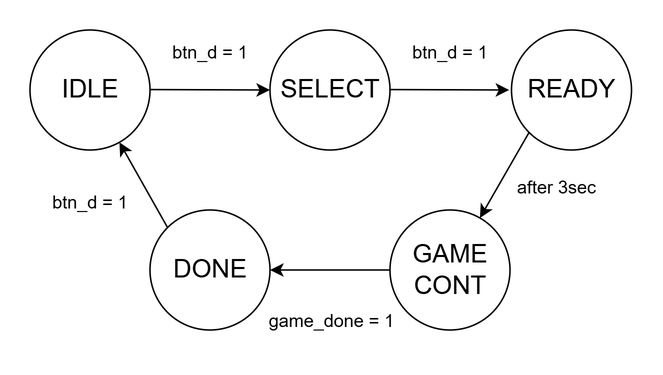
Before: images/vga_maincontrol_fsm.png, a diagram exported from draw.io (taeseong-dev/vga_rhythm_game). Source tidied: cells renumbered, new cells last; positions are measured from the earlier drawing's top-left corner, leaving out a move shared by most shapes. Source of this version:
```xml
<mxGraphModel>
  <root>
    <mxCell id="0" />
    <mxCell id="1" parent="0" />
    <mxCell id="2" value="IDLE" style="ellipse;whiteSpace=wrap;html=1;fontSize=17;" parent="1" vertex="1">
      <mxGeometry width="80" height="80" as="geometry" />
    </mxCell>
    <mxCell id="3" value="SELECT" style="ellipse;whiteSpace=wrap;html=1;fontSize=17;" parent="1" vertex="1">
      <mxGeometry x="160" width="80" height="80" as="geometry" />
    </mxCell>
    <mxCell id="4" value="READY" style="ellipse;whiteSpace=wrap;html=1;fontSize=17;" parent="1" vertex="1">
      <mxGeometry x="321" width="80" height="80" as="geometry" />
    </mxCell>
    <mxCell id="5" value="GAME&lt;div&gt;CONT&lt;/div&gt;" style="ellipse;whiteSpace=wrap;html=1;fontSize=17;" parent="1" vertex="1">
      <mxGeometry x="240" y="120" width="80" height="80" as="geometry" />
    </mxCell>
    <mxCell id="6" value="DONE" style="ellipse;whiteSpace=wrap;html=1;fontSize=17;" parent="1" vertex="1">
      <mxGeometry x="80" y="120" width="80" height="80" as="geometry" />
    </mxCell>
    <mxCell id="7" style="endArrow=classic;html=1;rounded=0;entryX=0;entryY=0.5;entryDx=0;entryDy=0;" parent="1" edge="1" target="3">
      <mxGeometry relative="1" as="geometry">
        <mxPoint x="80" y="39.7" as="sourcePoint" />
      </mxGeometry>
    </mxCell>
    <mxCell id="8" value="btn_d = 1" style="text;html=1;whiteSpace=wrap;strokeColor=none;fillColor=none;align=center;verticalAlign=middle;rounded=0;" parent="1" vertex="1">
      <mxGeometry x="90" width="60" height="30" as="geometry" />
    </mxCell>
    <mxCell id="9" style="endArrow=classic;html=1;rounded=0;entryX=0;entryY=0.5;entryDx=0;entryDy=0;" parent="1" edge="1">
      <mxGeometry relative="1" as="geometry">
        <mxPoint x="239.5" y="39.7" as="sourcePoint" />
        <mxPoint x="319.5" y="40" as="targetPoint" />
      </mxGeometry>
    </mxCell>
    <mxCell id="10" value="btn_d = 1" style="text;html=1;whiteSpace=wrap;strokeColor=none;fillColor=none;align=center;verticalAlign=middle;rounded=0;" parent="1" vertex="1">
      <mxGeometry x="249.5" width="60" height="30" as="geometry" />
    </mxCell>
    <mxCell id="11" style="endArrow=classic;html=1;rounded=0;exitX=0;exitY=1;exitDx=0;exitDy=0;" parent="1" edge="1" source="4" target="5">
      <mxGeometry relative="1" as="geometry" />
    </mxCell>
    <mxCell id="12" value="after 3sec" style="text;html=1;whiteSpace=wrap;strokeColor=none;fillColor=none;align=center;verticalAlign=middle;rounded=0;" parent="1" vertex="1">
      <mxGeometry x="321" y="90" width="60" height="30" as="geometry" />
    </mxCell>
    <mxCell id="13" style="endArrow=classic;html=1;rounded=0;exitX=0;exitY=1;exitDx=0;exitDy=0;entryX=1;entryY=0.5;entryDx=0;entryDy=0;" parent="1" edge="1" target="6">
      <mxGeometry relative="1" as="geometry">
        <mxPoint x="240" y="160" as="sourcePoint" />
      </mxGeometry>
    </mxCell>
    <mxCell id="14" value="game_done = 1" style="text;html=1;whiteSpace=wrap;strokeColor=none;fillColor=none;align=center;verticalAlign=middle;rounded=0;" parent="1" vertex="1">
      <mxGeometry x="156" y="179" width="90" height="30" as="geometry" />
    </mxCell>
    <mxCell id="15" style="endArrow=classic;html=1;rounded=0;exitX=0;exitY=0;exitDx=0;exitDy=0;" parent="1" edge="1" source="6" target="2">
      <mxGeometry relative="1" as="geometry" />
    </mxCell>
    <mxCell id="16" value="btn_d = 1" style="text;html=1;whiteSpace=wrap;strokeColor=none;fillColor=none;align=center;verticalAlign=middle;rounded=0;" parent="1" vertex="1">
      <mxGeometry x="10" y="100" width="60" height="30" as="geometry" />
    </mxCell>
  </root>
</mxGraphModel>
```
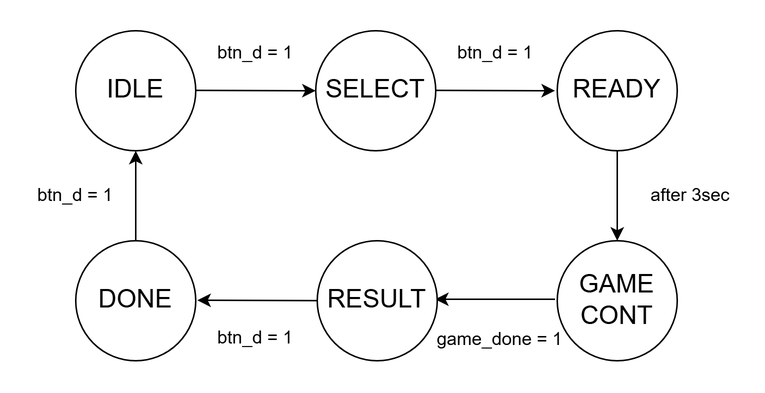
After the change.

The edit, as a diff of the source:
```diff
@@ -3,56 +3,69 @@
     <mxCell id="0" />
     <mxCell id="1" parent="0" />
     <mxCell id="2" value="IDLE" style="ellipse;whiteSpace=wrap;html=1;fontSize=17;" parent="1" vertex="1">
-      <mxGeometry width="80" height="80" as="geometry" />
+      <mxGeometry x="-770" y="-500" width="80" height="80" as="geometry" />
     </mxCell>
     <mxCell id="3" value="SELECT" style="ellipse;whiteSpace=wrap;html=1;fontSize=17;" parent="1" vertex="1">
-      <mxGeometry x="160" width="80" height="80" as="geometry" />
+      <mxGeometry x="-610" y="-500" width="80" height="80" as="geometry" />
     </mxCell>
     <mxCell id="4" value="READY" style="ellipse;whiteSpace=wrap;html=1;fontSize=17;" parent="1" vertex="1">
-      <mxGeometry x="321" width="80" height="80" as="geometry" />
+      <mxGeometry x="-449" y="-500" width="80" height="80" as="geometry" />
     </mxCell>
     <mxCell id="5" value="GAME&lt;div&gt;CONT&lt;/div&gt;" style="ellipse;whiteSpace=wrap;html=1;fontSize=17;" parent="1" vertex="1">
-      <mxGeometry x="240" y="120" width="80" height="80" as="geometry" />
+      <mxGeometry x="-449" y="-360" width="80" height="80" as="geometry" />
     </mxCell>
-    <mxCell id="6" value="DONE" style="ellipse;whiteSpace=wrap;html=1;fontSize=17;" parent="1" vertex="1">
-      <mxGeometry x="80" y="120" width="80" height="80" as="geometry" />
+    <mxCell id="6" value="DONE" style="ellipse;whiteSpace=wrap;html=1;fontSize=17;direction=south;" parent="1" vertex="1">
+      <mxGeometry x="-770" y="-360" width="80" height="80" as="geometry" />
     </mxCell>
     <mxCell id="7" style="endArrow=classic;html=1;rounded=0;entryX=0;entryY=0.5;entryDx=0;entryDy=0;" parent="1" edge="1" target="3">
       <mxGeometry relative="1" as="geometry">
-        <mxPoint x="80" y="39.7" as="sourcePoint" />
+        <mxPoint x="-690" y="-460.3" as="sourcePoint" />
       </mxGeometry>
     </mxCell>
     <mxCell id="8" value="btn_d = 1" style="text;html=1;whiteSpace=wrap;strokeColor=none;fillColor=none;align=center;verticalAlign=middle;rounded=0;" parent="1" vertex="1">
-      <mxGeometry x="90" width="60" height="30" as="geometry" />
+      <mxGeometry x="-680" y="-500" width="60" height="30" as="geometry" />
     </mxCell>
     <mxCell id="9" style="endArrow=classic;html=1;rounded=0;entryX=0;entryY=0.5;entryDx=0;entryDy=0;" parent="1" edge="1">
       <mxGeometry relative="1" as="geometry">
-        <mxPoint x="239.5" y="39.7" as="sourcePoint" />
-        <mxPoint x="319.5" y="40" as="targetPoint" />
+        <mxPoint x="-530.5" y="-460.3" as="sourcePoint" />
+        <mxPoint x="-450.5" y="-460" as="targetPoint" />
       </mxGeometry>
     </mxCell>
     <mxCell id="10" value="btn_d = 1" style="text;html=1;whiteSpace=wrap;strokeColor=none;fillColor=none;align=center;verticalAlign=middle;rounded=0;" parent="1" vertex="1">
-      <mxGeometry x="249.5" width="60" height="30" as="geometry" />
+      <mxGeometry x="-520.5" y="-500" width="60" height="30" as="geometry" />
     </mxCell>
-    <mxCell id="11" style="endArrow=classic;html=1;rounded=0;exitX=0;exitY=1;exitDx=0;exitDy=0;" parent="1" edge="1" source="4" target="5">
+    <mxCell id="11" style="endArrow=classic;html=1;rounded=0;exitX=0.5;exitY=1;exitDx=0;exitDy=0;" parent="1" edge="1" source="4" target="5">
       <mxGeometry relative="1" as="geometry" />
     </mxCell>
     <mxCell id="12" value="after 3sec" style="text;html=1;whiteSpace=wrap;strokeColor=none;fillColor=none;align=center;verticalAlign=middle;rounded=0;" parent="1" vertex="1">
-      <mxGeometry x="321" y="90" width="60" height="30" as="geometry" />
+      <mxGeometry x="-390" y="-405" width="60" height="30" as="geometry" />
     </mxCell>
-    <mxCell id="13" style="endArrow=classic;html=1;rounded=0;exitX=0;exitY=1;exitDx=0;exitDy=0;entryX=1;entryY=0.5;entryDx=0;entryDy=0;" parent="1" edge="1" target="6">
+    <mxCell id="13" style="endArrow=classic;html=1;rounded=0;exitX=0;exitY=1;exitDx=0;exitDy=0;entryX=1;entryY=0.5;entryDx=0;entryDy=0;" parent="1" edge="1">
       <mxGeometry relative="1" as="geometry">
-        <mxPoint x="240" y="160" as="sourcePoint" />
+        <mxPoint x="-450.5" y="-321" as="sourcePoint" />
+        <mxPoint x="-530.5" y="-321" as="targetPoint" />
       </mxGeometry>
     </mxCell>
     <mxCell id="14" value="game_done = 1" style="text;html=1;whiteSpace=wrap;strokeColor=none;fillColor=none;align=center;verticalAlign=middle;rounded=0;" parent="1" vertex="1">
-      <mxGeometry x="156" y="179" width="90" height="30" as="geometry" />
+      <mxGeometry x="-532" y="-309" width="90" height="30" as="geometry" />
     </mxCell>
-    <mxCell id="15" style="endArrow=classic;html=1;rounded=0;exitX=0;exitY=0;exitDx=0;exitDy=0;" parent="1" edge="1" source="6" target="2">
+    <mxCell id="15" style="endArrow=classic;html=1;rounded=0;exitX=0;exitY=0.5;exitDx=0;exitDy=0;" parent="1" edge="1" source="6" target="2">
       <mxGeometry relative="1" as="geometry" />
     </mxCell>
     <mxCell id="16" value="btn_d = 1" style="text;html=1;whiteSpace=wrap;strokeColor=none;fillColor=none;align=center;verticalAlign=middle;rounded=0;" parent="1" vertex="1">
-      <mxGeometry x="10" y="100" width="60" height="30" as="geometry" />
+      <mxGeometry x="-680" y="-310" width="60" height="30" as="geometry" />
     </mxCell>
+    <mxCell id="17" value="RESULT" style="ellipse;whiteSpace=wrap;html=1;fontSize=17;" parent="1" vertex="1">
+      <mxGeometry x="-609" y="-360" width="80" height="80" as="geometry" />
+    </mxCell>
+    <mxCell id="18" style="endArrow=none;html=1;rounded=0;entryX=0;entryY=0.5;entryDx=0;entryDy=0;startArrow=classic;startFill=1;endFill=0;" parent="1" edge="1">
+      <mxGeometry relative="1" as="geometry">
+        <mxPoint x="-689" y="-320.3" as="sourcePoint" />
+        <mxPoint x="-609" y="-320.1" as="targetPoint" />
+      </mxGeometry>
+    </mxCell>
+    <mxCell id="19" value="btn_d = 1" style="text;html=1;whiteSpace=wrap;strokeColor=none;fillColor=none;align=center;verticalAlign=middle;rounded=0;" parent="1" vertex="1">
+      <mxGeometry x="-800" y="-405" width="60" height="30" as="geometry" />
+    </mxCell>
   </root>
 </mxGraphModel>
```
